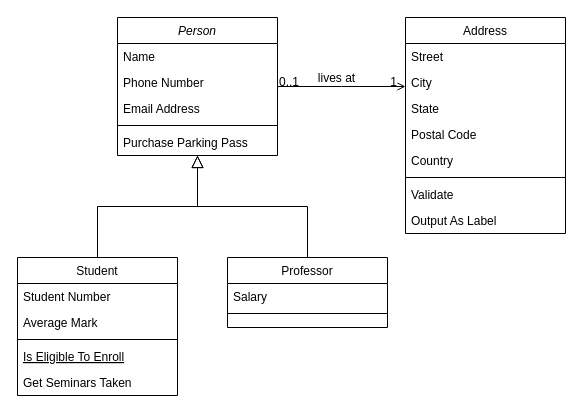
Before: Диаграмма без названия.drawio in Infraction7/diagrams, a draw.io diagram. Source tidied: cells renumbered, new cells numbered last; positions are measured from the earlier drawing's top-left corner, leaving out a move shared by most shapes. Both pictures are drawn from the tidied source at 100%, with x=0, y=0 at pixel (17, 17).
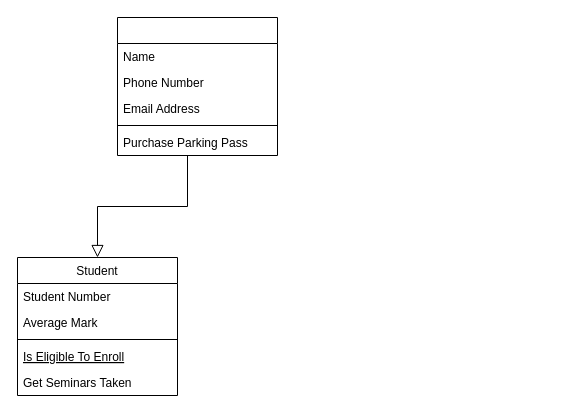
The same diagram, later.

The change refers to these unchanged cells:
```xml
<mxCell id="8" value="Student" style="swimlane;fontStyle=0;align=center;verticalAlign=top;horizontal=1;startSize=26;rounded=0;shadow=0;strokeWidth=1;" parent="1" vertex="1">
  <mxGeometry y="240" width="160" height="138" as="geometry" />
</mxCell>
```

The edit, as a diff of the source:
```diff
@@
-    <mxCell id="2" value="Person" style="swimlane;fontStyle=2;align=center;verticalAlign=top;horizontal=1;startSize=26;rounded=0;shadow=0;strokeWidth=1;" parent="1" vertex="1">
+    <mxCell id="2" style="swimlane;fontStyle=2;align=center;verticalAlign=top;horizontal=1;startSize=26;rounded=0;shadow=0;strokeWidth=1;" parent="1" vertex="1">
       <mxGeometry x="100" width="160" height="138" as="geometry" />
     </mxCell>
@@
-    <mxCell id="14" style="endArrow=block;endSize=10;endFill=0;shadow=0;strokeWidth=1;rounded=0;edgeStyle=elbowEdgeStyle;elbow=vertical;" parent="1" edge="1" source="8" target="2">
-      <mxGeometry relative="1" as="geometry" />
+    <mxCell id="14" style="endArrow=block;endSize=10;endFill=0;shadow=0;strokeWidth=1;rounded=0;edgeStyle=elbowEdgeStyle;elbow=vertical;entryX=0.5;entryY=0;entryDx=0;entryDy=0;" parent="1" edge="1" target="8">
+      <mxGeometry relative="1" as="geometry">
+        <mxPoint x="170" y="138" as="sourcePoint" />
+      </mxGeometry>
     </mxCell>
-    <mxCell id="15" value="Professor" style="swimlane;fontStyle=0;align=center;verticalAlign=top;horizontal=1;startSize=26;rounded=0;shadow=0;strokeWidth=1;" parent="1" vertex="1">
-      <mxGeometry x="210" y="240" width="160" height="70" as="geometry" />
-    </mxCell>
-    <mxCell id="16" value="Salary" style="text;align=left;verticalAlign=top;spacingLeft=4;spacingRight=4;overflow=hidden;" parent="15" vertex="1">
-      <mxGeometry y="26" width="160" height="26" as="geometry" />
-    </mxCell>
-    <mxCell id="17" style="line;html=1;strokeWidth=1;align=left;verticalAlign=middle;spacingTop=-1;spacingLeft=3;spacingRight=3;labelPosition=right;" parent="15" vertex="1">
-      <mxGeometry y="52" width="160" height="8" as="geometry" />
-    </mxCell>
-    <mxCell id="18" style="endArrow=block;endSize=10;endFill=0;shadow=0;strokeWidth=1;rounded=0;edgeStyle=elbowEdgeStyle;elbow=vertical;" parent="1" edge="1" source="15" target="2">
-      <mxGeometry relative="1" as="geometry" />
-    </mxCell>
-    <mxCell id="19" value="Address" style="swimlane;fontStyle=0;align=center;verticalAlign=top;horizontal=1;startSize=26;rounded=0;shadow=0;strokeWidth=1;" parent="1" vertex="1">
-      <mxGeometry x="388" width="160" height="216" as="geometry" />
-    </mxCell>
-    <mxCell id="20" value="Street" style="text;align=left;verticalAlign=top;spacingLeft=4;spacingRight=4;overflow=hidden;" parent="19" vertex="1">
-      <mxGeometry y="26" width="160" height="26" as="geometry" />
-    </mxCell>
-    <mxCell id="21" value="City" style="text;align=left;verticalAlign=top;spacingLeft=4;spacingRight=4;overflow=hidden;rounded=0;shadow=0;html=0;" parent="19" vertex="1">
-      <mxGeometry y="52" width="160" height="26" as="geometry" />
-    </mxCell>
-    <mxCell id="22" value="State" style="text;align=left;verticalAlign=top;spacingLeft=4;spacingRight=4;overflow=hidden;rounded=0;shadow=0;html=0;" parent="19" vertex="1">
-      <mxGeometry y="78" width="160" height="26" as="geometry" />
-    </mxCell>
-    <mxCell id="23" value="Postal Code" style="text;align=left;verticalAlign=top;spacingLeft=4;spacingRight=4;overflow=hidden;rounded=0;shadow=0;html=0;" parent="19" vertex="1">
-      <mxGeometry y="104" width="160" height="26" as="geometry" />
-    </mxCell>
-    <mxCell id="24" value="Country" style="text;align=left;verticalAlign=top;spacingLeft=4;spacingRight=4;overflow=hidden;rounded=0;shadow=0;html=0;" parent="19" vertex="1">
-      <mxGeometry y="130" width="160" height="26" as="geometry" />
-    </mxCell>
-    <mxCell id="25" style="line;html=1;strokeWidth=1;align=left;verticalAlign=middle;spacingTop=-1;spacingLeft=3;spacingRight=3;labelPosition=right;" parent="19" vertex="1">
-      <mxGeometry y="156" width="160" height="8" as="geometry" />
-    </mxCell>
-    <mxCell id="26" value="Validate" style="text;align=left;verticalAlign=top;spacingLeft=4;spacingRight=4;overflow=hidden;" parent="19" vertex="1">
-      <mxGeometry y="164" width="160" height="26" as="geometry" />
-    </mxCell>
-    <mxCell id="27" value="Output As Label" style="text;align=left;verticalAlign=top;spacingLeft=4;spacingRight=4;overflow=hidden;" parent="19" vertex="1">
-      <mxGeometry y="190" width="160" height="26" as="geometry" />
-    </mxCell>
-    <mxCell id="28" style="endArrow=open;shadow=0;strokeWidth=1;rounded=0;endFill=1;edgeStyle=elbowEdgeStyle;elbow=vertical;" parent="1" edge="1" source="2" target="19">
-      <mxGeometry x="0.5" y="41" relative="1" as="geometry">
-        <mxPoint x="-40" y="32" as="offset" />
-      </mxGeometry>
-    </mxCell>
-    <mxCell id="29" value="0..1" style="align=left;verticalAlign=bottom;labelBackgroundColor=none;fontSize=12;" parent="28" vertex="1">
-      <mxGeometry x="-1" relative="1" as="geometry">
-        <mxPoint y="4" as="offset" />
-      </mxGeometry>
-    </mxCell>
-    <mxCell id="30" value="1" style="align=right;verticalAlign=bottom;labelBackgroundColor=none;fontSize=12;" parent="28" vertex="1">
-      <mxGeometry x="1" relative="1" as="geometry">
-        <mxPoint x="-7" y="4" as="offset" />
-      </mxGeometry>
-    </mxCell>
-    <mxCell id="31" value="lives at" style="text;html=1;align=center;verticalAlign=middle;labelBackgroundColor=none;rounded=0;shadow=0;strokeWidth=1;fontSize=12;" parent="28" vertex="1">
-      <mxGeometry x="0.5" y="49" relative="1" as="geometry">
-        <mxPoint x="-38" y="40" as="offset" />
-      </mxGeometry>
-    </mxCell>
```
